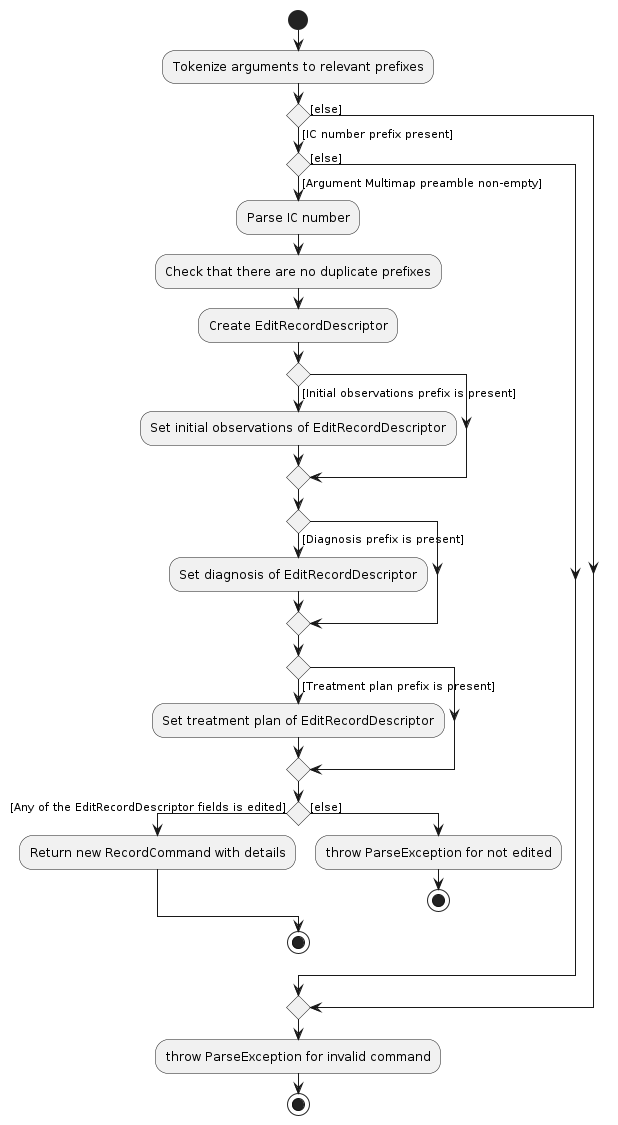
Before: diagrams/RecordCommandParserActivityDiagram.png, a diagram exported from PlantUML (wujy28/tp). Its source is kept beside it as diagrams/RecordCommandParserActivityDiagram.puml.
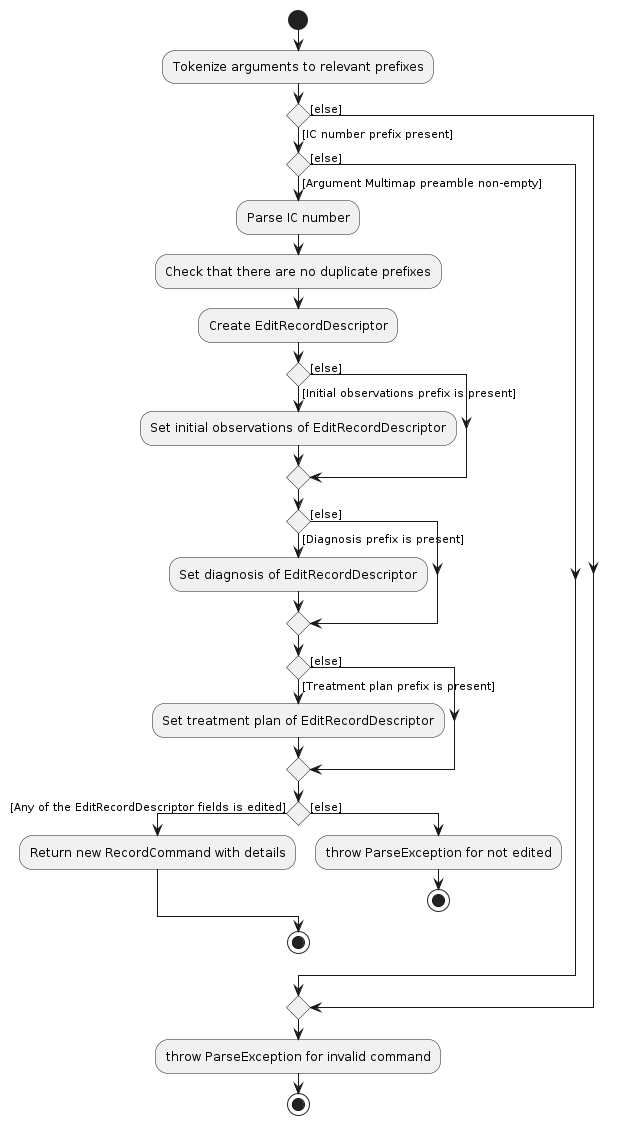
The same file after the commit.

What changed in the source:
```diff
@@ -9,12 +9,15 @@
         :Create EditRecordDescriptor;
         if () then ([Initial observations prefix is present])
             :Set initial observations of EditRecordDescriptor;
+        else ([else])
         endif
         if () then ([Diagnosis prefix is present])
             :Set diagnosis of EditRecordDescriptor;
+        else ([else])
         endif
         if () then ([Treatment plan prefix is present])
             :Set treatment plan of EditRecordDescriptor;
+        else ([else])
         endif
         if () then ([Any of the EditRecordDescriptor fields is edited])
             :Return new RecordCommand with details;
```
